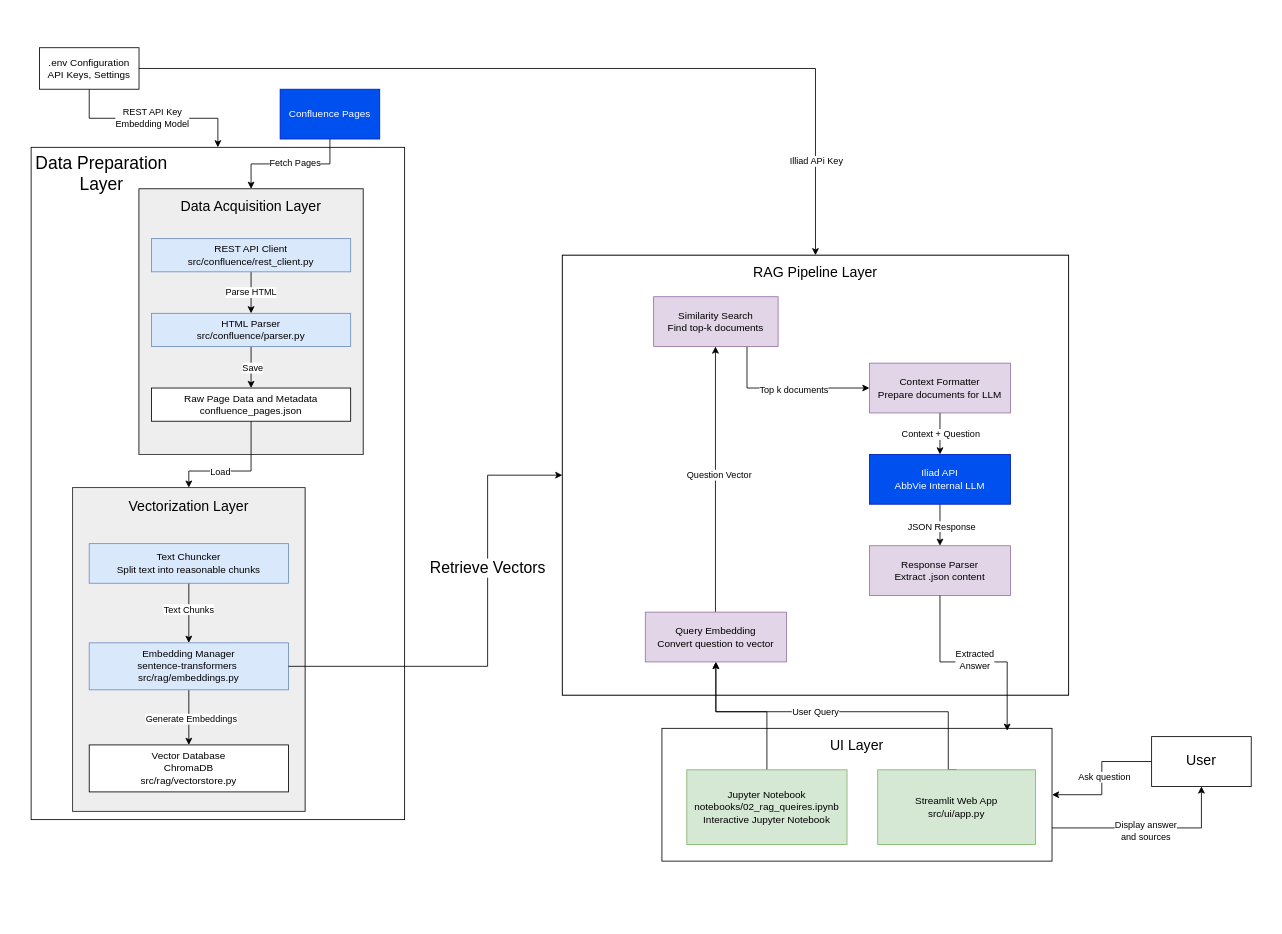
Before: Architecture.drawio in GarrickBrueningAbbVie/confluence_rag, a draw.io diagram. Source tidied: cells renumbered, new cells numbered last; positions are measured from the earlier drawing's top-left corner, leaving out a move shared by most shapes. Both pictures are drawn from the tidied source at 83%, with x=0, y=0 at pixel (31, 47).
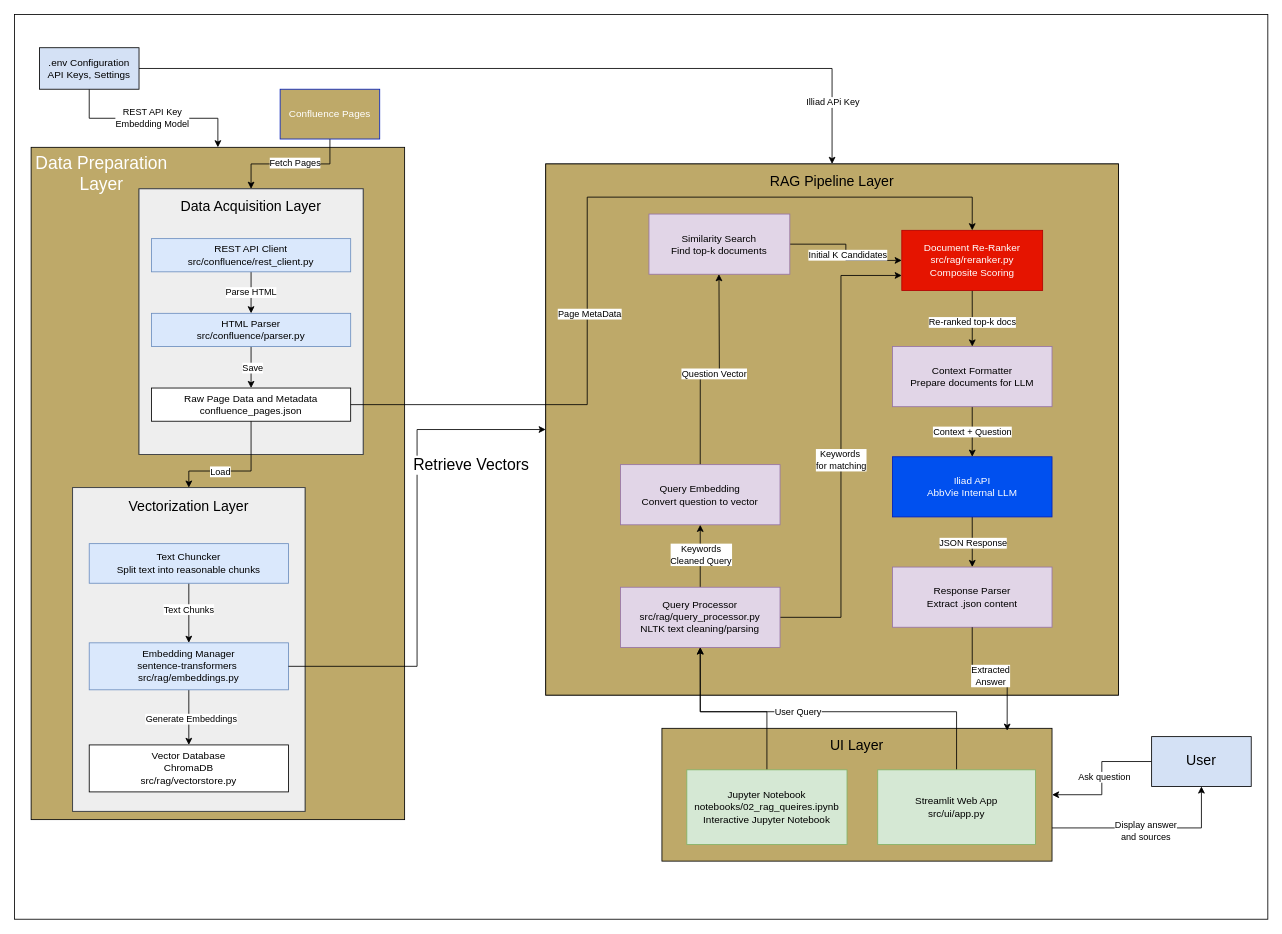
Above is the later version.

The change refers to these unchanged cells:
```xml
<mxCell id="5" style="edgeStyle=orthogonalEdgeStyle;rounded=0;jettySize=auto;html=1;exitX=1;exitY=0.5;exitDx=0;exitDy=0;entryX=0.5;entryY=0;entryDx=0;entryDy=0;" parent="1" edge="1" source="7" target="31">
  <mxGeometry relative="1" as="geometry" />
</mxCell>
<mxCell id="18" value="&lt;div&gt;Raw Page Data and Metadata&lt;/div&gt;&lt;div&gt;confluence_pages.json&lt;/div&gt;" style="rounded=0;whiteSpace=wrap;html=1;" parent="11" vertex="1">
  <mxGeometry x="15" y="240" width="240" height="40" as="geometry" />
</mxCell>
<mxCell id="26" value="&lt;div&gt;Embedding Manager&lt;/div&gt;&lt;div&gt;sentence-transformers&amp;nbsp;&lt;/div&gt;&lt;div&gt;src/rag/embeddings.py&lt;/div&gt;" style="rounded=0;whiteSpace=wrap;html=1;fillColor=#dae8fc;strokeColor=#6c8ebf;" parent="19" vertex="1">
  <mxGeometry x="20" y="187" width="240" height="56.6" as="geometry" />
</mxCell>
<mxCell id="51" value="Jupyter Notebook&lt;div&gt;notebooks/02_rag_queires.ipynb&lt;/div&gt;&lt;div&gt;Interactive Jupyter Notebook&lt;/div&gt;" style="rounded=0;whiteSpace=wrap;html=1;fillColor=#d5e8d4;strokeColor=#82b366;" parent="1" vertex="1">
  <mxGeometry x="790" y="870" width="193" height="90" as="geometry" />
</mxCell>
<mxCell id="54" value="Streamlit Web App&lt;div&gt;src/ui/app.py&lt;/div&gt;" style="rounded=0;whiteSpace=wrap;html=1;fillColor=#d5e8d4;strokeColor=#82b366;" parent="1" vertex="1">
  <mxGeometry x="1020" y="870" width="190" height="90" as="geometry" />
</mxCell>
```

What changed in the source:
```diff
@@
+    <mxCell id="60" style="rounded=0;whiteSpace=wrap;html=1;" parent="1" vertex="1">
+      <mxGeometry x="-20" y="-40" width="1510" height="1090" as="geometry" />
+    </mxCell>
-    <mxCell id="2" value="Data Preparation Layer" style="rounded=0;whiteSpace=wrap;html=1;verticalAlign=top;spacingRight=280;fontSize=21;" parent="1" vertex="1">
+    <mxCell id="2" value="Data Preparation Layer" style="rounded=0;whiteSpace=wrap;html=1;verticalAlign=top;spacingRight=280;fontSize=21;fillColor=#BEA969;strokeColor=default;fontColor=#ffffff;gradientColor=none;" parent="1" vertex="1">
       <mxGeometry y="120" width="450" height="810" as="geometry" />
     </mxCell>
@@
     <mxCell id="6" value="Illiad APi Key" style="edgeLabel;html=1;align=center;verticalAlign=middle;" parent="5" vertex="1">
-      <mxGeometry x="0.78" relative="1" as="geometry" />
+      <mxGeometry x="0.78" relative="1" as="geometry">
+        <mxPoint y="29" as="offset" />
+      </mxGeometry>
     </mxCell>
-    <mxCell id="7" value=".env Configuration&lt;br&gt;API Keys, Settings" style="rounded=0;whiteSpace=wrap;html=1;" parent="1" vertex="1">
+    <mxCell id="7" value=".env Configuration&lt;br&gt;API Keys, Settings" style="rounded=0;whiteSpace=wrap;html=1;fillColor=#D4E1F5;" parent="1" vertex="1">
       <mxGeometry x="10" width="120" height="50" as="geometry" />
     </mxCell>
@@
-    <mxCell id="10" value="Confluence Pages" style="rounded=0;whiteSpace=wrap;html=1;fillColor=#0050ef;fontColor=#ffffff;strokeColor=#001DBC;" parent="1" vertex="1">
+    <mxCell id="10" value="Confluence Pages" style="rounded=0;whiteSpace=wrap;html=1;fillColor=#BEA969;fontColor=#ffffff;strokeColor=#001DBC;" parent="1" vertex="1">
       <mxGeometry x="300" y="50" width="120" height="60" as="geometry" />
     </mxCell>
@@
-    <mxCell id="30" style="group;fillColor=#ffff88;strokeColor=#36393d;" parent="1" vertex="1">
-      <mxGeometry x="640" y="250" width="610" height="530" as="geometry" />
+    <mxCell id="30" style="group;fillColor=light-dark(#AA975E,#193C83);strokeColor=#36393d;" parent="1" vertex="1">
+      <mxGeometry x="620" y="140" width="690" height="640" as="geometry" />
     </mxCell>
-    <mxCell id="31" value="RAG Pipeline Layer" style="rounded=0;whiteSpace=wrap;html=1;fontSize=17;verticalAlign=top;spacingTop=5;" parent="30" vertex="1">
-      <mxGeometry width="610" height="530" as="geometry" />
+    <mxCell id="31" value="RAG Pipeline Layer" style="rounded=0;whiteSpace=wrap;html=1;fontSize=17;verticalAlign=top;spacingTop=5;fillColor=#BEA969;" parent="30" vertex="1">
+      <mxGeometry width="690" height="640" as="geometry" />
     </mxCell>
-    <mxCell id="32" style="edgeStyle=orthogonalEdgeStyle;rounded=0;jettySize=auto;html=1;exitX=0.75;exitY=1;exitDx=0;exitDy=0;entryX=0;entryY=0.5;entryDx=0;entryDy=0;" parent="30" edge="1" source="34" target="37">
-      <mxGeometry relative="1" as="geometry" />
-    </mxCell>
-    <mxCell id="33" value="Top k documents" style="edgeLabel;html=1;align=center;verticalAlign=middle;" parent="32" vertex="1">
-      <mxGeometry x="0.06" y="-1" relative="1" as="geometry">
-        <mxPoint x="1" as="offset" />
-      </mxGeometry>
-    </mxCell>
+    <mxCell id="61" style="edgeStyle=orthogonalEdgeStyle;rounded=0;jettySize=auto;html=1;exitX=1;exitY=0.5;exitDx=0;exitDy=0;entryX=0;entryY=0.5;entryDx=0;entryDy=0;" parent="30" edge="1" source="34" target="70">
+      <mxGeometry relative="1" as="geometry" />
+    </mxCell>
+    <mxCell id="62" value="Initial K Candidates" style="edgeLabel;html=1;align=center;verticalAlign=middle;" parent="61" vertex="1">
+      <mxGeometry x="-0.35" y="1" relative="1" as="geometry">
+        <mxPoint x="19" y="14" as="offset" />
+      </mxGeometry>
+    </mxCell>
     <mxCell id="34" value="Similarity Search&lt;div&gt;Find top-k documents&lt;/div&gt;" style="rounded=0;whiteSpace=wrap;html=1;fillColor=#e1d5e7;strokeColor=#9673a6;" parent="30" vertex="1">
-      <mxGeometry x="110" y="50" width="150" height="60" as="geometry" />
+      <mxGeometry x="124.4" y="60.4" width="169.7" height="72.5" as="geometry" />
     </mxCell>
@@
     <mxCell id="37" value="Context Formatter&lt;div&gt;Prepare documents for LLM&lt;/div&gt;" style="rounded=0;whiteSpace=wrap;html=1;fillColor=#e1d5e7;strokeColor=#9673a6;" parent="30" vertex="1">
-      <mxGeometry x="370" y="130" width="170" height="60" as="geometry" />
+      <mxGeometry x="417.7" y="220" width="192.3" height="72.5" as="geometry" />
     </mxCell>
@@
-    <mxCell id="40" value="Iliad API&lt;div&gt;AbbVie Internal LLM&lt;/div&gt;" style="rounded=0;whiteSpace=wrap;html=1;fillColor=#0050ef;fontColor=#ffffff;strokeColor=#001DBC;" parent="30" vertex="1">
-      <mxGeometry x="370" y="240" width="170" height="60" as="geometry" />
+    <mxCell id="40" value="Iliad API&lt;div&gt;AbbVie Internal LLM&lt;/div&gt;" style="rounded=0;whiteSpace=wrap;html=1;fillColor=light-dark(#0050EF,#3B55FF);fontColor=#ffffff;strokeColor=#001DBC;" parent="30" vertex="1">
+      <mxGeometry x="417.7" y="352.8" width="192.3" height="72.5" as="geometry" />
     </mxCell>
     <mxCell id="41" value="Response Parser&lt;div&gt;Extract .json content&lt;/div&gt;" style="rounded=0;whiteSpace=wrap;html=1;fillColor=#e1d5e7;strokeColor=#9673a6;" parent="30" vertex="1">
-      <mxGeometry x="370" y="350" width="170" height="60" as="geometry" />
+      <mxGeometry x="417.7" y="485.7" width="192.3" height="72.5" as="geometry" />
     </mxCell>
-    <mxCell id="42" style="edgeStyle=orthogonalEdgeStyle;rounded=0;orthogonalLoop=1;jettySize=auto;html=1;exitX=0.5;exitY=0;exitDx=0;exitDy=0;entryX=0.5;entryY=1;entryDx=0;entryDy=0;" parent="30" edge="1">
+    <mxCell id="42" style="edgeStyle=orthogonalEdgeStyle;rounded=0;jettySize=auto;html=1;exitX=0.5;exitY=0;exitDx=0;exitDy=0;entryX=0.5;entryY=1;entryDx=0;entryDy=0;" parent="30" edge="1" source="44">
       <mxGeometry relative="1" as="geometry">
-        <mxPoint x="184.5" y="430" as="sourcePoint" />
-        <mxPoint x="184.5" y="110" as="targetPoint" />
+        <mxPoint x="208.7" y="132.8" as="targetPoint" />
       </mxGeometry>
     </mxCell>
@@
     <mxCell id="44" value="Query Embedding&lt;div&gt;Convert question to vector&lt;/div&gt;" style="rounded=0;whiteSpace=wrap;html=1;fillColor=#e1d5e7;strokeColor=#9673a6;" parent="30" vertex="1">
-      <mxGeometry x="100" y="430" width="170" height="60" as="geometry" />
+      <mxGeometry x="90" y="362.3" width="192.3" height="72.5" as="geometry" />
     </mxCell>
-    <mxCell id="45" style="edgeStyle=orthogonalEdgeStyle;rounded=0;jettySize=auto;html=1;exitX=1;exitY=0.5;exitDx=0;exitDy=0;entryX=0;entryY=0.5;entryDx=0;entryDy=0;" parent="1" edge="1" source="26" target="31">
-      <mxGeometry relative="1" as="geometry">
-        <Array as="points">
-          <mxPoint x="550" y="745" />
-          <mxPoint x="550" y="515" />
-        </Array>
-      </mxGeometry>
-    </mxCell>
-    <mxCell id="46" value="&lt;span style=&quot;font-size: 19px;&quot;&gt;Retrieve Vectors&lt;/span&gt;" style="edgeLabel;html=1;align=center;verticalAlign=middle;" parent="45" vertex="1">
-      <mxGeometry x="0.28" y="1" relative="1" as="geometry" />
-    </mxCell>
+    <mxCell id="63" style="edgeStyle=orthogonalEdgeStyle;rounded=0;jettySize=auto;html=1;exitX=0.5;exitY=0;exitDx=0;exitDy=0;entryX=0.5;entryY=1;entryDx=0;entryDy=0;" parent="30" edge="1" source="67" target="44">
+      <mxGeometry relative="1" as="geometry" />
+    </mxCell>
+    <mxCell id="64" value="Keywords&lt;div&gt;Cleaned Query&lt;/div&gt;" style="edgeLabel;html=1;align=center;verticalAlign=middle;" parent="63" vertex="1">
+      <mxGeometry x="-0.12" relative="1" as="geometry">
+        <mxPoint y="-7" as="offset" />
+      </mxGeometry>
+    </mxCell>
+    <mxCell id="65" style="edgeStyle=orthogonalEdgeStyle;rounded=0;jettySize=auto;html=1;exitX=1;exitY=0.5;exitDx=0;exitDy=0;entryX=0;entryY=0.75;entryDx=0;entryDy=0;" parent="30" edge="1" source="67" target="70">
+      <mxGeometry relative="1" as="geometry" />
+    </mxCell>
+    <mxCell id="66" value="Keywords&amp;nbsp;&lt;div&gt;for matching&lt;/div&gt;" style="edgeLabel;html=1;align=center;verticalAlign=middle;" parent="65" vertex="1">
+      <mxGeometry x="-0.06" relative="1" as="geometry" />
+    </mxCell>
+    <mxCell id="67" value="Query Processor&lt;div&gt;src/rag/query_processor.py&lt;/div&gt;&lt;div&gt;NLTK text cleaning/parsing&lt;/div&gt;" style="rounded=0;whiteSpace=wrap;html=1;fillColor=#e1d5e7;strokeColor=#9673a6;" parent="30" vertex="1">
+      <mxGeometry x="90" y="510" width="192.3" height="72.5" as="geometry" />
+    </mxCell>
+    <mxCell id="68" style="edgeStyle=orthogonalEdgeStyle;rounded=0;jettySize=auto;html=1;exitX=0.5;exitY=1;exitDx=0;exitDy=0;" parent="30" edge="1" source="70" target="37">
+      <mxGeometry relative="1" as="geometry" />
+    </mxCell>
+    <mxCell id="69" value="Re-ranked top-k docs" style="edgeLabel;html=1;align=center;verticalAlign=middle;" parent="68" vertex="1">
+      <mxGeometry x="0.35" y="-1" relative="1" as="geometry">
+        <mxPoint x="1" y="-8" as="offset" />
+      </mxGeometry>
+    </mxCell>
+    <mxCell id="70" value="Document Re-Ranker&lt;div&gt;src/rag/reranker.py&lt;/div&gt;&lt;div&gt;Composite Scoring&lt;/div&gt;" style="rounded=0;whiteSpace=wrap;html=1;fillColor=#e51400;strokeColor=#B20000;fontColor=#ffffff;" parent="30" vertex="1">
+      <mxGeometry x="429" y="80" width="169.7" height="72.5" as="geometry" />
+    </mxCell>
@@
-    <mxCell id="49" value="UI Layer" style="rounded=0;whiteSpace=wrap;html=1;fontSize=17;verticalAlign=top;spacingTop=5;" parent="1" vertex="1">
+    <mxCell id="49" value="UI Layer" style="rounded=0;whiteSpace=wrap;html=1;fontSize=17;verticalAlign=top;spacingTop=5;fillColor=#BEA969;" parent="1" vertex="1">
       <mxGeometry x="760" y="820" width="470" height="160" as="geometry" />
     </mxCell>
-    <mxCell id="50" style="edgeStyle=orthogonalEdgeStyle;rounded=0;jettySize=auto;html=1;exitX=0.5;exitY=0;exitDx=0;exitDy=0;entryX=0.5;entryY=1;entryDx=0;entryDy=0;" parent="1" edge="1" source="51" target="44">
+    <mxCell id="50" style="edgeStyle=orthogonalEdgeStyle;rounded=0;jettySize=auto;html=1;exitX=0.5;exitY=0;exitDx=0;exitDy=0;entryX=0.5;entryY=1;entryDx=0;entryDy=0;" parent="1" edge="1" source="51" target="67">
       <mxGeometry relative="1" as="geometry">
         <Array as="points">
-          <mxPoint x="886" y="800" />
-          <mxPoint x="825" y="800" />
+          <mxPoint x="887" y="800" />
+          <mxPoint x="806" y="800" />
         </Array>
       </mxGeometry>
     </mxCell>
@@
-    <mxCell id="52" style="edgeStyle=orthogonalEdgeStyle;rounded=0;jettySize=auto;html=1;exitX=0.5;exitY=0;exitDx=0;exitDy=0;entryX=0.5;entryY=1;entryDx=0;entryDy=0;" parent="1" edge="1" source="54" target="44">
+    <mxCell id="52" style="edgeStyle=orthogonalEdgeStyle;rounded=0;jettySize=auto;html=1;exitX=0.5;exitY=0;exitDx=0;exitDy=0;entryX=0.5;entryY=1;entryDx=0;entryDy=0;" parent="1" edge="1" source="54" target="67">
       <mxGeometry relative="1" as="geometry">
         <Array as="points">
-          <mxPoint x="1105" y="800" />
-          <mxPoint x="825" y="800" />
+          <mxPoint x="1115" y="800" />
+          <mxPoint x="806" y="800" />
         </Array>
       </mxGeometry>
     </mxCell>
@@
-    <mxCell id="57" value="&lt;font style=&quot;font-size: 17px;&quot;&gt;User&lt;/font&gt;" style="rounded=0;whiteSpace=wrap;html=1;" parent="1" vertex="1">
+    <mxCell id="57" value="&lt;font style=&quot;font-size: 17px;&quot;&gt;User&lt;/font&gt;" style="rounded=0;whiteSpace=wrap;html=1;fillColor=#D4E1F5;" parent="1" vertex="1">
       <mxGeometry x="1350" y="830" width="120" height="60" as="geometry" />
     </mxCell>
@@
+    <mxCell id="45" style="edgeStyle=orthogonalEdgeStyle;rounded=0;jettySize=auto;html=1;exitX=1;exitY=0.5;exitDx=0;exitDy=0;entryX=0;entryY=0.5;entryDx=0;entryDy=0;" parent="1" edge="1" source="26" target="31">
+      <mxGeometry relative="1" as="geometry" />
+    </mxCell>
+    <mxCell id="46" value="&lt;span style=&quot;font-size: 19px;&quot;&gt;Retrieve Vectors&lt;/span&gt;" style="edgeLabel;html=1;align=center;verticalAlign=middle;" parent="45" vertex="1">
+      <mxGeometry x="0.61" relative="1" as="geometry">
+        <mxPoint x="26" y="42" as="offset" />
+      </mxGeometry>
+    </mxCell>
+    <mxCell id="71" style="edgeStyle=orthogonalEdgeStyle;rounded=0;jettySize=auto;html=1;exitX=1;exitY=0.5;exitDx=0;exitDy=0;entryX=0.5;entryY=0;entryDx=0;entryDy=0;" parent="1" edge="1" source="18" target="70">
+      <mxGeometry relative="1" as="geometry">
+        <Array as="points">
+          <mxPoint x="670" y="430" />
+          <mxPoint x="670" y="180" />
+          <mxPoint x="1134" y="180" />
+        </Array>
+      </mxGeometry>
+    </mxCell>
+    <mxCell id="72" value="Page MetaData" style="edgeLabel;html=1;align=center;verticalAlign=middle;" parent="71" vertex="1">
+      <mxGeometry x="-0.24" y="-2" relative="1" as="geometry" />
+    </mxCell>
```
